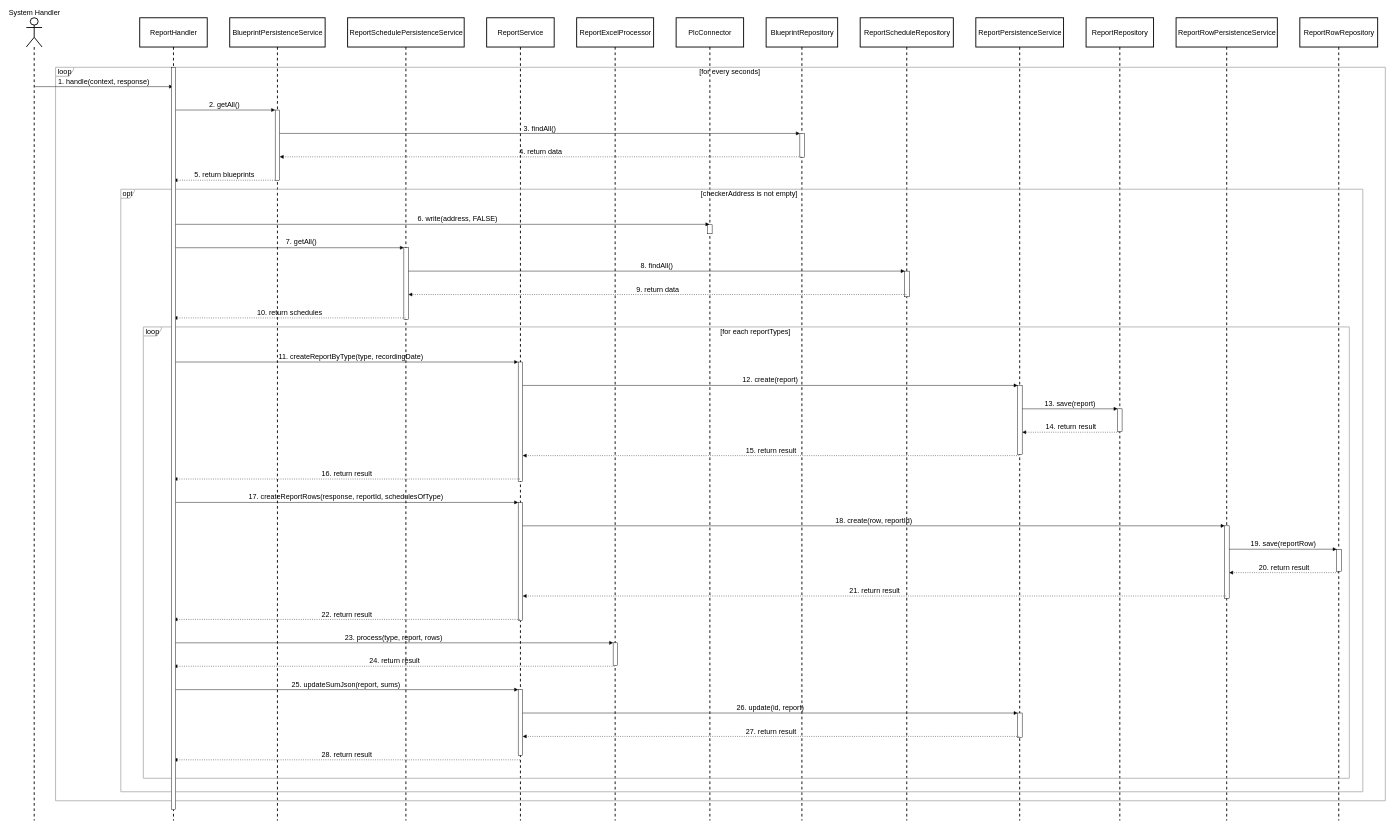
This is Report7/SDD/Detailed-Design/Report/inbound/sequence-diagrams/21-04/inbound-report-sequence-diagram.drawio from f-pms/Document, a draw.io file, before an edit. Source tidied: cells renumbered, new cells numbered last; positions are measured from the earlier drawing's top-left corner, leaving out a move shared by most shapes. Both pictures are drawn from the tidied source at 45%, with x=0, y=0 at pixel (26, 18).
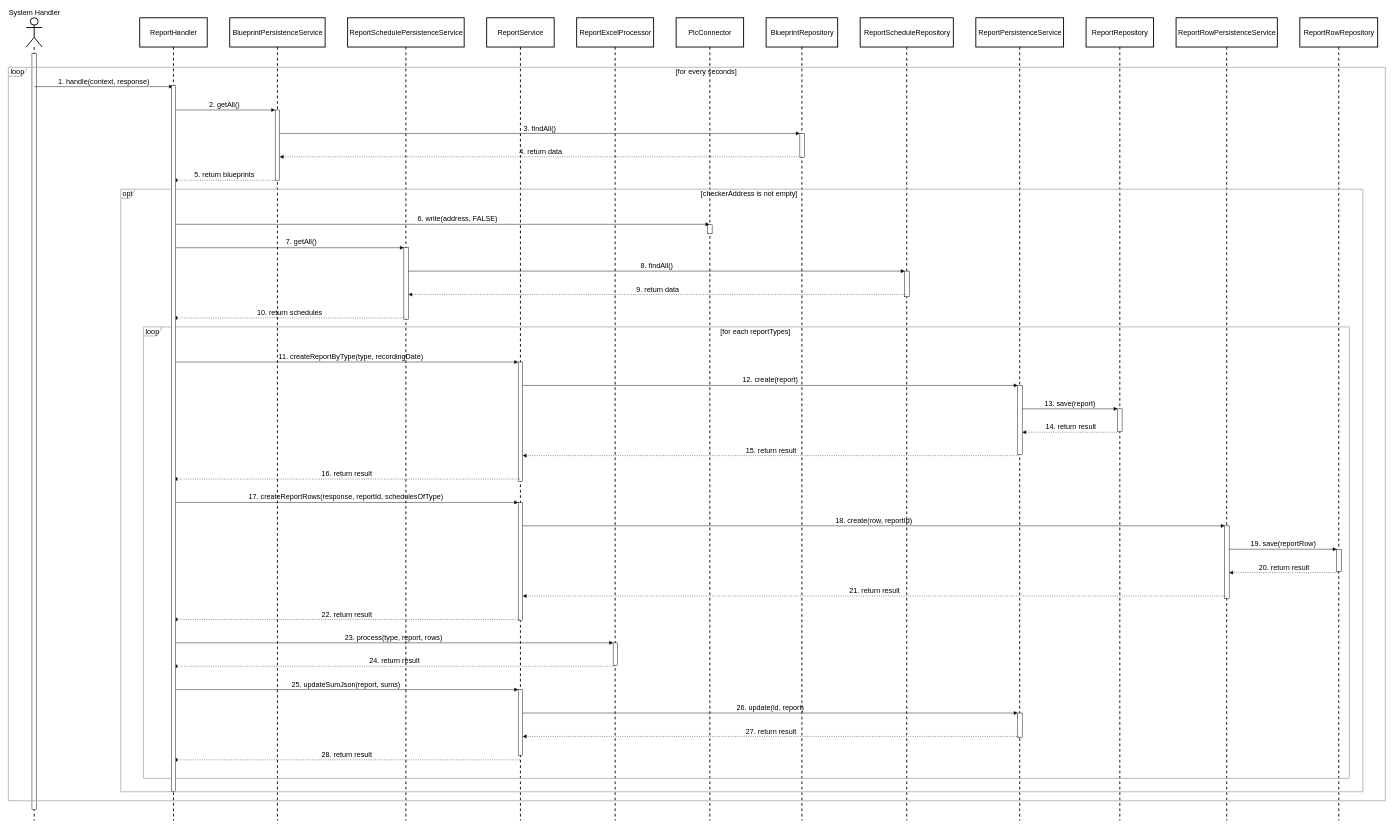
The same diagram, later.

Commit message (it also covers changes not shown here):
update report diagrams

Unchanged cells that the change refers to:
```xml
<mxCell id="2" value="System Handler" style="shape=umlLifeline;perimeter=lifelinePerimeter;outlineConnect=0;portConstraint=eastwest;newEdgeStyle={&quot;edgeStyle&quot;:&quot;elbowEdgeStyle&quot;,&quot;elbow&quot;:&quot;vertical&quot;,&quot;curved&quot;:0,&quot;rounded&quot;:0};participant=umlActor;verticalAlign=bottom;labelPosition=center;verticalLabelPosition=top;align=center;size=65;strokeWidth=2;fontSize=16;fontStyle=0;labelBackgroundColor=none;labelBorderColor=none;textShadow=0;html=1;fontFamily=Helvetica;" parent="1" vertex="1">
  <mxGeometry width="35" height="1784" as="geometry" />
</mxCell>
```

Change to the diagram source:
```diff
@@
+    <mxCell id="64" style="perimeter=orthogonalPerimeter;targetShapes=umlLifeline;newEdgeStyle={&quot;edgeStyle&quot;:&quot;elbowEdgeStyle&quot;,&quot;elbow&quot;:&quot;vertical&quot;,&quot;curved&quot;:0,&quot;rounded&quot;:0};fontSize=16;fontStyle=0;labelBackgroundColor=none;labelBorderColor=none;textShadow=0;html=1;fontFamily=Helvetica;" parent="2" vertex="1">
+      <mxGeometry x="12.5" y="80" width="10" height="1680" as="geometry" />
+    </mxCell>
@@
     <mxCell id="33" value="loop" style="shape=umlFrame;strokeColor=#B3B3B3;height=20;width=40;strokeWidth=2;fontSize=16;fontStyle=0;labelBackgroundColor=none;labelBorderColor=none;textShadow=0;html=1;fontFamily=Helvetica;" parent="1" vertex="1">
-      <mxGeometry x="65" y="110" width="2955" height="1630" as="geometry" />
+      <mxGeometry x="-40" y="110" width="3060" height="1630" as="geometry" />
     </mxCell>
     <mxCell id="34" value="[for every seconds]" style="text;strokeColor=none;fillColor=none;align=center;verticalAlign=middle;fontSize=16;fontStyle=0;labelBackgroundColor=none;labelBorderColor=none;textShadow=0;html=1;fontFamily=Helvetica;" parent="33" vertex="1">
-      <mxGeometry x="40.9" width="2914.1" height="20.2" as="geometry" />
+      <mxGeometry x="42.4" width="3017.6" height="20.2" as="geometry" />
     </mxCell>
@@
     <mxCell id="63" style="perimeter=orthogonalPerimeter;targetShapes=umlLifeline;newEdgeStyle={&quot;edgeStyle&quot;:&quot;elbowEdgeStyle&quot;,&quot;elbow&quot;:&quot;vertical&quot;,&quot;curved&quot;:0,&quot;rounded&quot;:0};fontSize=16;fontStyle=0;labelBackgroundColor=none;labelBorderColor=none;textShadow=0;html=1;fontFamily=Helvetica;" parent="1" vertex="1">
-      <mxGeometry x="322" y="110" width="10" height="1650" as="geometry" />
+      <mxGeometry x="322" y="150" width="10" height="1570" as="geometry" />
     </mxCell>
```
